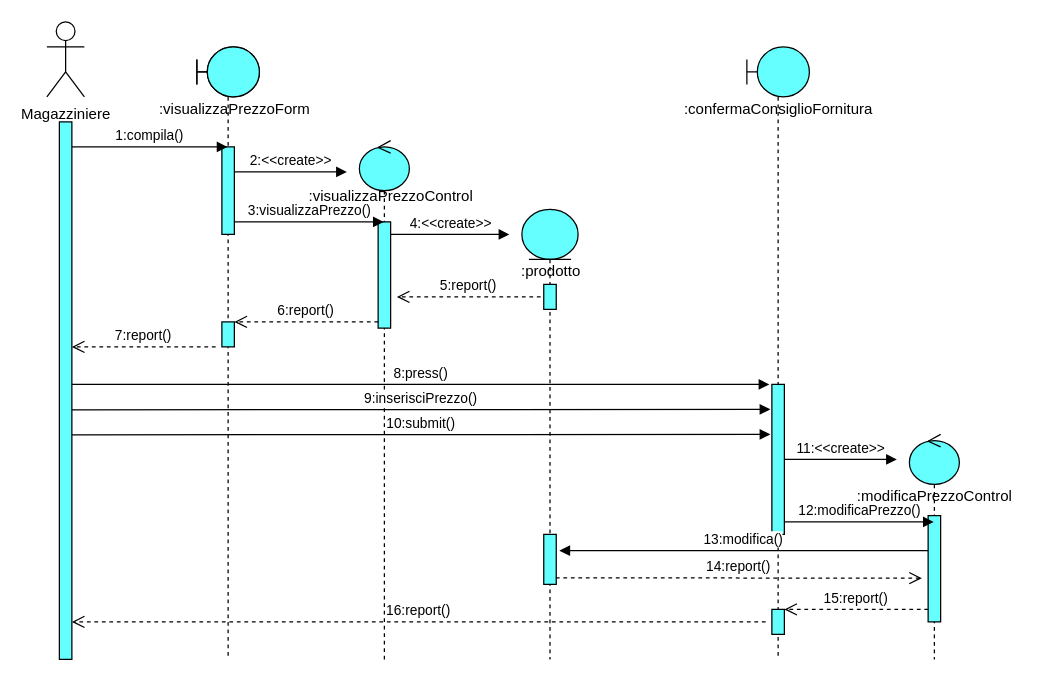
Earlier version of the draw.io diagram Object&SequenceDiagram/SD_5.drawio (Ciro-Fusco/NewDM). Source tidied: cells renumbered, new cells numbered last; positions are measured from the earlier drawing's top-left corner, leaving out a move shared by most shapes. Both pictures are drawn from the tidied source at 125%, with x=0, y=0 at pixel (46, 21).
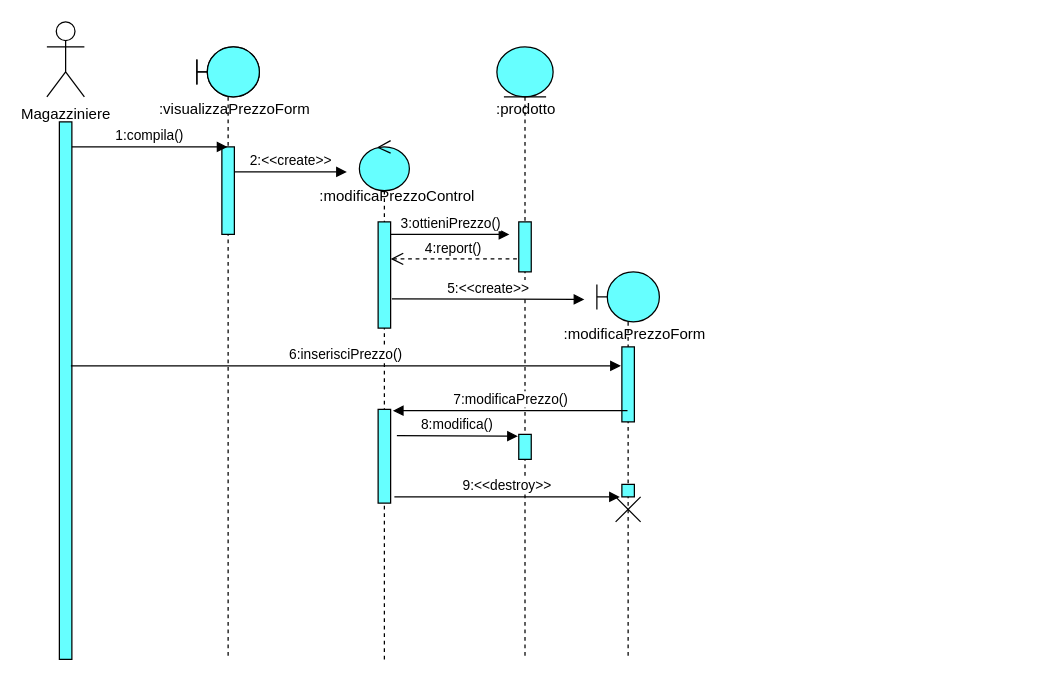
The same diagram, later.

The change refers to these unchanged cells:
```xml
<mxCell id="3" style="html=1;points=[];perimeter=orthogonalPerimeter;fillColor=#66FFFF;" parent="1" vertex="1">
  <mxGeometry x="10" y="80" width="10" height="430" as="geometry" />
</mxCell>
<mxCell id="6" style="shape=umlLifeline;participant=umlBoundary;perimeter=lifelinePerimeter;whiteSpace=wrap;html=1;verticalAlign=top;spacingTop=36;outlineConnect=0;fillColor=#66FFFF;" parent="1" vertex="1">
  <mxGeometry x="120" y="20" width="50" height="490" as="geometry" />
</mxCell>
<mxCell id="10" style="shape=umlLifeline;participant=umlControl;perimeter=lifelinePerimeter;whiteSpace=wrap;html=1;verticalAlign=top;spacingTop=36;outlineConnect=0;fillColor=#66FFFF;" parent="1" vertex="1">
  <mxGeometry x="250" y="95" width="40" height="415" as="geometry" />
</mxCell>
<mxCell id="11" style="html=1;points=[];perimeter=orthogonalPerimeter;fillColor=#66FFFF;" parent="10" vertex="1">
  <mxGeometry x="15" y="65" width="10" height="85" as="geometry" />
</mxCell>
```

Change to the diagram source:
```diff
@@
-    <mxCell id="8" style="html=1;perimeter=orthogonalPerimeter;fillColor=#66FFFF;" parent="6" vertex="1">
-      <mxGeometry x="20" y="220" width="10" height="20" as="geometry" />
-    </mxCell>
@@
+    <mxCell id="39" style="html=1;points=[];perimeter=orthogonalPerimeter;fillColor=#66FFFF;" parent="10" vertex="1">
+      <mxGeometry x="15" y="215" width="10" height="75" as="geometry" />
+    </mxCell>
@@
-    <mxCell id="13" value=":visualizzaPrezzoControl" style="text;html=1;align=center;verticalAlign=middle;" parent="1" vertex="1">
-      <mxGeometry x="200" y="130" width="150" height="20" as="geometry" />
+    <mxCell id="13" value=":modificaPrezzoControl" style="text;html=1;align=center;verticalAlign=middle;" parent="1" vertex="1">
+      <mxGeometry x="210" y="130" width="140" height="20" as="geometry" />
     </mxCell>
     <mxCell id="14" style="shape=umlLifeline;participant=umlEntity;perimeter=lifelinePerimeter;whiteSpace=wrap;html=1;verticalAlign=top;spacingTop=36;fillColor=#66FFFF;" parent="1" vertex="1">
-      <mxGeometry x="380" y="150" width="45" height="360" as="geometry" />
+      <mxGeometry x="360" y="20" width="45" height="490" as="geometry" />
     </mxCell>
@@
-    <mxCell id="16" style="html=1;perimeter=orthogonalPerimeter;fillColor=#66FFFF;" parent="14" vertex="1">
-      <mxGeometry x="17.5" y="60" width="10" height="20" as="geometry" />
-    </mxCell>
     <mxCell id="17" style="html=1;points=[];perimeter=orthogonalPerimeter;fillColor=#66FFFF;" parent="14" vertex="1">
-      <mxGeometry x="17.5" y="260" width="10" height="40" as="geometry" />
+      <mxGeometry x="17.5" y="140" width="10" height="40" as="geometry" />
     </mxCell>
+    <mxCell id="40" style="html=1;points=[];perimeter=orthogonalPerimeter;fillColor=#66FFFF;" parent="14" vertex="1">
+      <mxGeometry x="17.5" y="310" width="10" height="20" as="geometry" />
+    </mxCell>
-    <mxCell id="18" value="4:&amp;lt;&amp;lt;create&amp;gt;&amp;gt;" style="html=1;verticalAlign=bottom;endArrow=block;" parent="1" edge="1" source="11">
+    <mxCell id="18" value="3:ottieniPrezzo()" style="html=1;verticalAlign=bottom;endArrow=block;" parent="1" edge="1" source="11">
       <mxGeometry relative="1" as="geometry">
         <mxPoint x="370" y="170" as="targetPoint" />
       </mxGeometry>
     </mxCell>
-    <mxCell id="19" value="5:report()" style="html=1;verticalAlign=bottom;endArrow=open;dashed=1;endSize=8;" parent="1" edge="1">
-      <mxGeometry relative="1" as="geometry">
-        <mxPoint x="395" y="220" as="sourcePoint" />
-        <mxPoint x="280" y="220" as="targetPoint" />
-      </mxGeometry>
+    <mxCell id="19" value="4:report()" style="html=1;verticalAlign=bottom;endArrow=open;dashed=1;endSize=8;exitX=-0.15;exitY=0.74;exitDx=0;exitDy=0;exitPerimeter=0;" parent="1" edge="1" source="17" target="11">
+      <mxGeometry relative="1" as="geometry" />
     </mxCell>
-    <mxCell id="20" value="6:report()" style="html=1;verticalAlign=bottom;endArrow=open;dashed=1;endSize=8;" parent="1" edge="1">
-      <mxGeometry relative="1" as="geometry">
-        <mxPoint x="265" y="240" as="sourcePoint" />
-        <mxPoint x="150" y="240" as="targetPoint" />
-      </mxGeometry>
-    </mxCell>
-    <mxCell id="21" value="7:report()" style="html=1;verticalAlign=bottom;endArrow=open;dashed=1;endSize=8;" parent="1" edge="1">
-      <mxGeometry relative="1" as="geometry">
-        <mxPoint x="135" y="260" as="sourcePoint" />
-        <mxPoint x="20" y="260" as="targetPoint" />
-      </mxGeometry>
-    </mxCell>
     <mxCell id="22" style="shape=umlLifeline;participant=umlBoundary;perimeter=lifelinePerimeter;whiteSpace=wrap;html=1;verticalAlign=top;spacingTop=36;outlineConnect=0;fillColor=#66FFFF;" parent="1" vertex="1">
-      <mxGeometry x="560" y="20" width="50" height="490" as="geometry" />
+      <mxGeometry x="440" y="200" width="50" height="310" as="geometry" />
     </mxCell>
     <mxCell id="23" style="html=1;points=[];perimeter=orthogonalPerimeter;fillColor=#66FFFF;" parent="22" vertex="1">
-      <mxGeometry x="20" y="270" width="10" height="120" as="geometry" />
+      <mxGeometry x="20" y="60" width="10" height="60" as="geometry" />
     </mxCell>
-    <mxCell id="24" style="html=1;perimeter=orthogonalPerimeter;fillColor=#66FFFF;" parent="22" vertex="1">
-      <mxGeometry x="20" y="450" width="10" height="20" as="geometry" />
-    </mxCell>
+    <mxCell id="41" style="html=1;points=[];perimeter=orthogonalPerimeter;fillColor=#66FFFF;" parent="22" vertex="1">
+      <mxGeometry x="20" y="170" width="10" height="10" as="geometry" />
+    </mxCell>
+    <mxCell id="42" style="shape=umlDestroy;fillColor=#66FFFF;" parent="22" vertex="1">
+      <mxGeometry x="15" y="180" width="20" height="20" as="geometry" />
+    </mxCell>
-    <mxCell id="25" value=":confermaConsiglioFornitura" style="text;html=1;align=center;verticalAlign=middle;" parent="1" vertex="1">
-      <mxGeometry x="500" y="60" width="170" height="20" as="geometry" />
+    <mxCell id="25" value=":modificaPrezzoForm" style="text;html=1;align=center;verticalAlign=middle;" parent="1" vertex="1">
+      <mxGeometry x="405" y="240" width="130" height="20" as="geometry" />
     </mxCell>
-    <mxCell id="26" value="3:visualizzaPrezzo()" style="html=1;verticalAlign=bottom;endArrow=block;" parent="1" edge="1" target="10">
-      <mxGeometry relative="1" as="geometry">
-        <mxPoint x="150" y="160" as="sourcePoint" />
-      </mxGeometry>
-    </mxCell>
-    <mxCell id="27" value="8:press()" style="html=1;verticalAlign=bottom;endArrow=block;" parent="1" edge="1" source="3">
-      <mxGeometry relative="1" as="geometry">
-        <mxPoint x="578" y="290" as="targetPoint" />
-      </mxGeometry>
-    </mxCell>
-    <mxCell id="28" value="11:&amp;lt;&amp;lt;create&amp;gt;&amp;gt;" style="html=1;verticalAlign=bottom;endArrow=block;" parent="1" edge="1">
+    <mxCell id="28" value="5:&amp;lt;&amp;lt;create&amp;gt;&amp;gt;" style="html=1;verticalAlign=bottom;endArrow=block;exitX=1.1;exitY=0.725;exitDx=0;exitDy=0;exitPerimeter=0;" parent="1" edge="1" source="11">
       <mxGeometry relative="1" as="geometry">
-        <mxPoint x="590" y="350" as="sourcePoint" />
-        <mxPoint x="680" y="350" as="targetPoint" />
+        <mxPoint x="430" y="222" as="targetPoint" />
       </mxGeometry>
     </mxCell>
-    <mxCell id="29" style="shape=umlLifeline;participant=umlControl;perimeter=lifelinePerimeter;whiteSpace=wrap;html=1;verticalAlign=top;spacingTop=36;outlineConnect=0;fillColor=#66FFFF;" parent="1" vertex="1">
-      <mxGeometry x="690" y="330" width="40" height="180" as="geometry" />
-    </mxCell>
-    <mxCell id="30" style="html=1;perimeter=orthogonalPerimeter;fillColor=#66FFFF;" parent="29" vertex="1">
-      <mxGeometry x="15" y="65" width="10" height="85" as="geometry" />
-    </mxCell>
-    <mxCell id="31" value=":modificaPrezzoControl" style="text;html=1;align=center;verticalAlign=middle;" parent="1" vertex="1">
-      <mxGeometry x="640" y="370" width="140" height="20" as="geometry" />
-    </mxCell>
-    <mxCell id="32" value="14:report()" style="html=1;verticalAlign=bottom;endArrow=open;dashed=1;endSize=8;exitX=0.97;exitY=0.87;exitDx=0;exitDy=0;exitPerimeter=0;" parent="1" edge="1" source="17">
-      <mxGeometry relative="1" as="geometry">
-        <mxPoint x="700" y="445" as="targetPoint" />
-      </mxGeometry>
-    </mxCell>
-    <mxCell id="33" value="13:modifica()" style="html=1;verticalAlign=bottom;endArrow=block;" parent="1" edge="1">
+    <mxCell id="33" value="8:modifica()" style="html=1;verticalAlign=bottom;endArrow=block;entryX=-0.07;entryY=0.07;entryDx=0;entryDy=0;entryPerimeter=0;" parent="1" edge="1" target="40">
       <mxGeometry relative="1" as="geometry">
-        <mxPoint x="705" y="423" as="sourcePoint" />
-        <mxPoint x="410" y="423" as="targetPoint" />
+        <mxPoint x="280" y="331" as="sourcePoint" />
       </mxGeometry>
     </mxCell>
-    <mxCell id="34" value="9:inserisciPrezzo()" style="html=1;verticalAlign=bottom;endArrow=block;exitX=0.92;exitY=0.526;exitDx=0;exitDy=0;exitPerimeter=0;" parent="1" edge="1">
-      <mxGeometry relative="1" as="geometry">
-        <mxPoint x="20" y="310.4" as="sourcePoint" />
-        <mxPoint x="578.8" y="310" as="targetPoint" />
-      </mxGeometry>
+    <mxCell id="34" value="6:inserisciPrezzo()" style="html=1;verticalAlign=bottom;endArrow=block;exitX=0.92;exitY=0.454;exitDx=0;exitDy=0;exitPerimeter=0;entryX=-0.08;entryY=0.253;entryDx=0;entryDy=0;entryPerimeter=0;" parent="1" edge="1" source="3" target="23">
+      <mxGeometry relative="1" as="geometry" />
     </mxCell>
-    <mxCell id="35" value="10:submit()" style="html=1;verticalAlign=bottom;endArrow=block;exitX=0.92;exitY=0.526;exitDx=0;exitDy=0;exitPerimeter=0;" parent="1" edge="1">
-      <mxGeometry relative="1" as="geometry">
-        <mxPoint x="20" y="330.4" as="sourcePoint" />
-        <mxPoint x="578.8" y="330" as="targetPoint" />
-      </mxGeometry>
-    </mxCell>
-    <mxCell id="36" value="12:modificaPrezzo()" style="html=1;verticalAlign=bottom;endArrow=block;" parent="1" edge="1" target="29">
-      <mxGeometry relative="1" as="geometry">
-        <mxPoint x="590" y="400" as="sourcePoint" />
-      </mxGeometry>
+    <mxCell id="36" value="7:modificaPrezzo()" style="html=1;verticalAlign=bottom;endArrow=block;entryX=1.18;entryY=0.014;entryDx=0;entryDy=0;entryPerimeter=0;" parent="1" edge="1" source="22" target="39">
+      <mxGeometry relative="1" as="geometry" />
     </mxCell>
-    <mxCell id="37" value="15:report()" style="html=1;verticalAlign=bottom;endArrow=open;dashed=1;endSize=8;" parent="1" edge="1">
-      <mxGeometry relative="1" as="geometry">
-        <mxPoint x="705" y="470" as="sourcePoint" />
-        <mxPoint x="590" y="470" as="targetPoint" />
-      </mxGeometry>
-    </mxCell>
-    <mxCell id="38" value="16:report()" style="html=1;verticalAlign=bottom;endArrow=open;dashed=1;endSize=8;" parent="1" edge="1" target="3">
-      <mxGeometry relative="1" as="geometry">
-        <mxPoint x="575" y="480" as="sourcePoint" />
-      </mxGeometry>
-    </mxCell>
+    <mxCell id="43" value="9:&amp;lt;&amp;lt;destroy&amp;gt;&amp;gt;" style="html=1;verticalAlign=bottom;endArrow=block;entryX=-0.16;entryY=1;entryDx=0;entryDy=0;entryPerimeter=0;" parent="1" edge="1" target="41">
+      <mxGeometry relative="1" as="geometry">
+        <mxPoint x="278" y="380" as="sourcePoint" />
+      </mxGeometry>
+    </mxCell>
```
